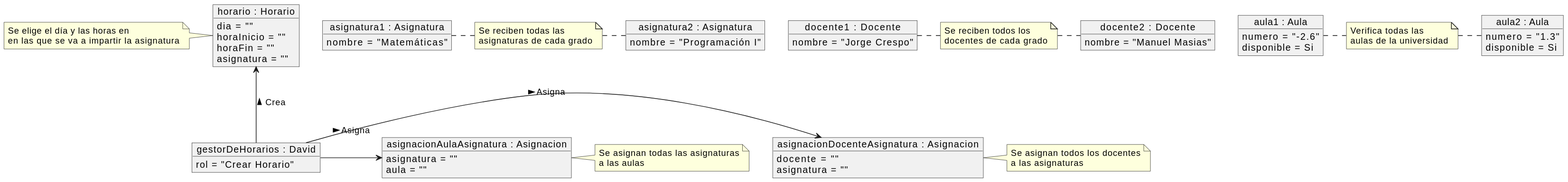
mmasias/23-24-IdSw1-SDR keeps this PlantUML diagram as imagenes/modelosUML/Fraccionado/Diagrama de objetos sin completar.svg. Above is the earlier version.
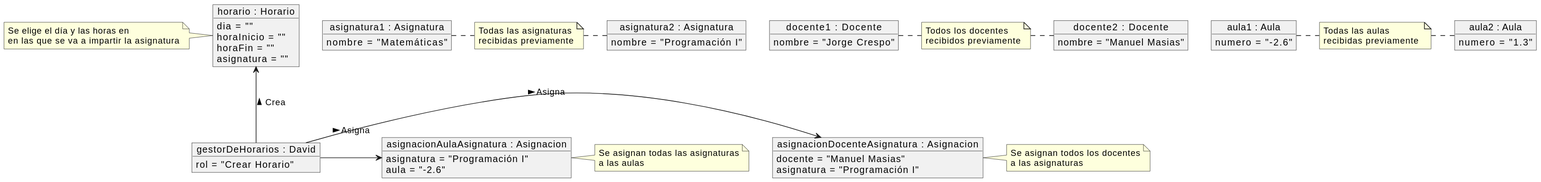
Later version of the same file.

The edit, as a diff of the source:
```diff
@@ -19,22 +19,20 @@
 
 object "aula1 : Aula" as aula1 {
     numero = "-2.6"
-    disponible = Si
 }
 object "aula2 : Aula" as aula2 {
     numero = "1.3"
-    disponible = Si
 }
 
 object "asignacionDocenteAsignatura : Asignacion" as asignacionDocenteAsignatura {
-    docente = ""
-    asignatura = ""
+    docente = "Manuel Masias"
+    asignatura = "Programación I"
 }
 gestorDeHorarios -r-> asignacionDocenteAsignatura : "Asigna >\n\n"
 
 object "asignacionAulaAsignatura : Asignacion" as asignacionAulaAsignatura {
-    asignatura = ""
-    aula = ""
+    asignatura = "Programación I"
+    aula = "-2.6"
 }
 gestorDeHorarios -r-> asignacionAulaAsignatura : "Asigna >\n\n"
 
@@ -45,15 +43,15 @@
     asignatura = ""
 }
 
-note "Se reciben todas las \nasignaturas de cada grado" as nota1
+note "Todas las asignaturas\nrecibidas previamente" as nota1
 asignatura1 .r. nota1
 nota1 .r. asignatura2
 
-note "Se reciben todos los\ndocentes de cada grado" as nota2
+note "Todos los docentes\nrecibidos previamente" as nota2
 docente1 .r. nota2
 nota2 .r. docente2
 
-note "Verifica todas las\naulas de la universidad" as nota3
+note "Todas las aulas\nrecibidas previamente " as nota3
 aula1 .r. nota3
 nota3 .r. aula2
 
```
